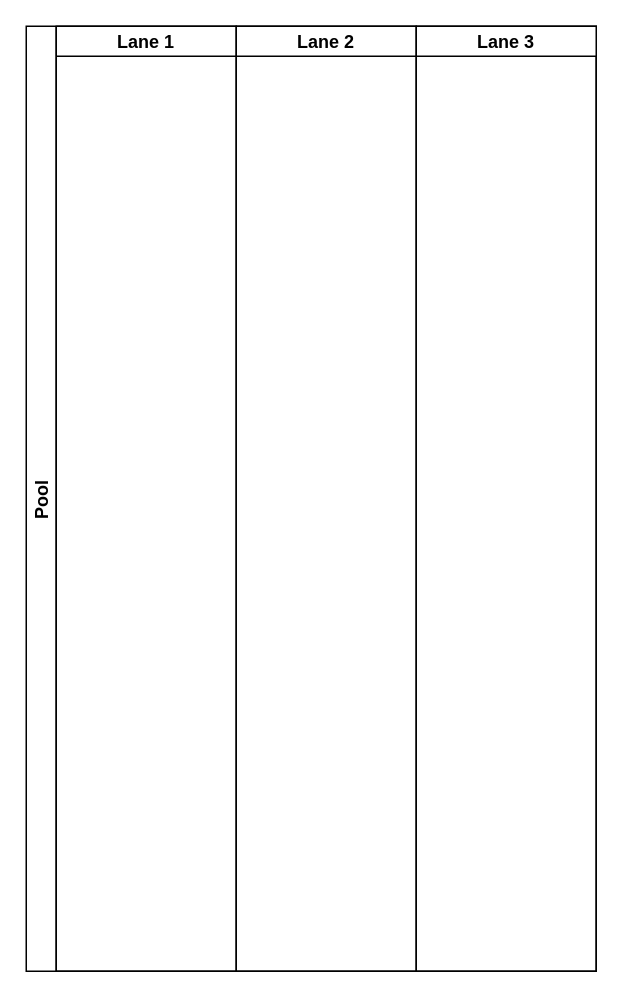
This is 名称未設定ファイル.drawio from TaikiHorita/TaikiRepository, a draw.io file, before an edit. Source tidied: cells renumbered, new cells numbered last; positions are measured from the earlier drawing's top-left corner, leaving out a move shared by most shapes. Both pictures are drawn from the tidied source at 150%, with x=0, y=0 at pixel (26, 26).
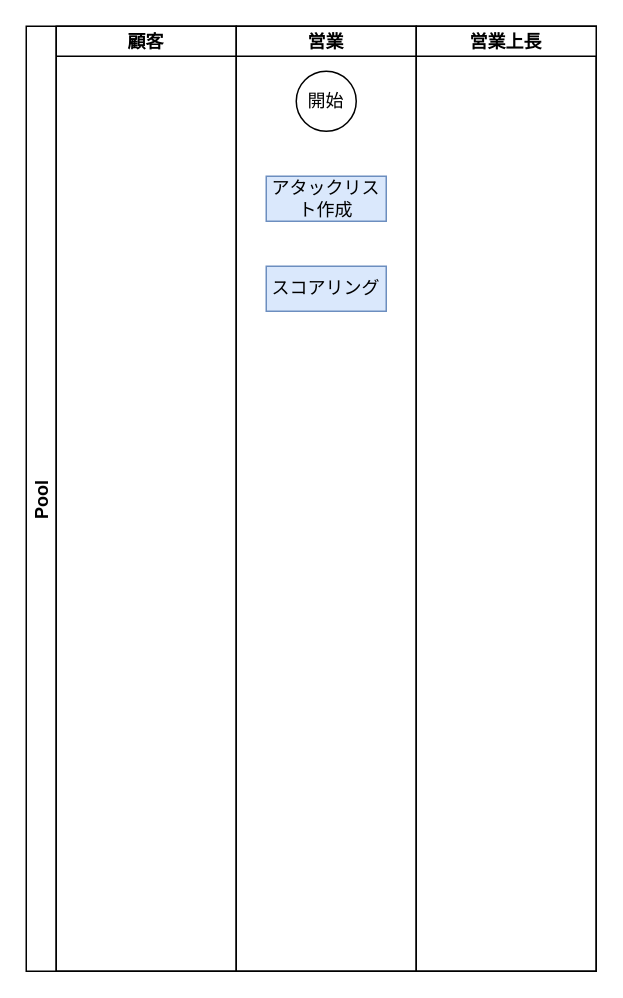
After the change.

Commit message:
名称未設定ファイル.drawio を更新します

What changed in the source:
```diff
@@
 <mxGraphModel>
   <root>
     <mxCell id="0" />
     <mxCell id="1" parent="0" />
     <mxCell id="2" value="Pool" style="swimlane;startSize=20;horizontal=0;" parent="1" vertex="1">
       <mxGeometry width="380" height="630" as="geometry" />
     </mxCell>
-    <mxCell id="3" value="Lane 1" style="swimlane;startSize=20;" parent="2" vertex="1">
+    <mxCell id="3" value="顧客" style="swimlane;startSize=20;" parent="2" vertex="1">
       <mxGeometry x="20" width="120" height="630" as="geometry" />
     </mxCell>
-    <mxCell id="4" value="Lane 2" style="swimlane;startSize=20;" parent="2" vertex="1">
+    <mxCell id="4" value="営業" style="swimlane;startSize=20;" parent="2" vertex="1">
       <mxGeometry x="140" width="120" height="630" as="geometry" />
     </mxCell>
+    <mxCell id="6" value="開始" style="ellipse;whiteSpace=wrap;html=1;" parent="4" vertex="1">
+      <mxGeometry x="40" y="30" width="40" height="40" as="geometry" />
+    </mxCell>
+    <mxCell id="7" value="アタックリスト作成" style="rounded=0;whiteSpace=wrap;html=1;fillColor=#dae8fc;strokeColor=#6c8ebf;" parent="4" vertex="1">
+      <mxGeometry x="20" y="100" width="80" height="30" as="geometry" />
+    </mxCell>
+    <mxCell id="8" value="スコアリング" style="rounded=0;whiteSpace=wrap;html=1;fillColor=#dae8fc;strokeColor=#6c8ebf;" parent="4" vertex="1">
+      <mxGeometry x="20" y="160" width="80" height="30" as="geometry" />
+    </mxCell>
-    <mxCell id="5" value="Lane 3" style="swimlane;startSize=20;" parent="2" vertex="1">
+    <mxCell id="5" value="営業上長" style="swimlane;startSize=20;" parent="2" vertex="1">
       <mxGeometry x="260" width="120" height="630" as="geometry" />
     </mxCell>
   </root>
 </mxGraphModel>
```
